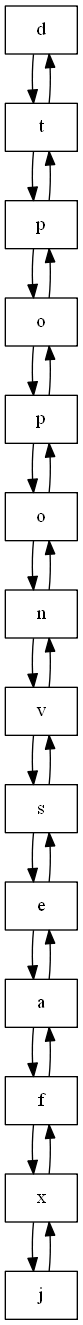
The Graphviz diagram FichasDeJugador1.png in AdriGomez95/EDD_1S2020_PY1_201504236-master, before a commit. Its source is kept beside it as FichasDeJugador1.dot.
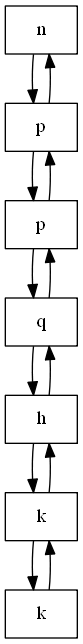
Later version of the same file.

The edit, as a diff of the source:
```diff
@@ -1,16 +1,9 @@
 digraph G{
-node0[shape = record,label = "d"];
-node1[shape = record,label = "t"];
+node0[shape = record,label = "n"];
+node1[shape = record,label = "p"];
 node2[shape = record,label = "p"];
-node3[shape = record,label = "o"];
-node4[shape = record,label = "p"];
-node5[shape = record,label = "o"];
-node6[shape = record,label = "n"];
-node7[shape = record,label = "v"];
-node8[shape = record,label = "s"];
-node9[shape = record,label = "e"];
-node10[shape = record,label = "a"];
-node11[shape = record,label = "f"];
-node12[shape = record,label = "x"];
-node13[shape = record,label = "j"];
-node0->node1->node2->node3->node4->node5->node6->node7->node8->node9->node10->node11->node12->node13;node13->node12->node11->node10->node9->node8->node7->node6->node5->node4->node3->node2->node1->node0;}
+node3[shape = record,label = "q"];
+node4[shape = record,label = "h"];
+node5[shape = record,label = "k"];
+node6[shape = record,label = "k"];
+node0->node1->node2->node3->node4->node5->node6;node6->node5->node4->node3->node2->node1->node0;}
```
